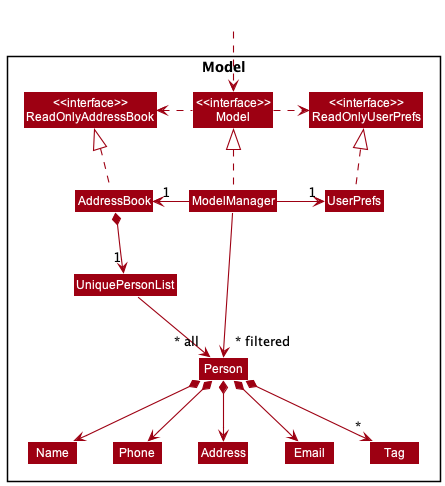
This is docs/images/ModelClassDiagram.png from nus-cs2103-AY2223S1/tp, a PlantUML export, as it was before one commit.
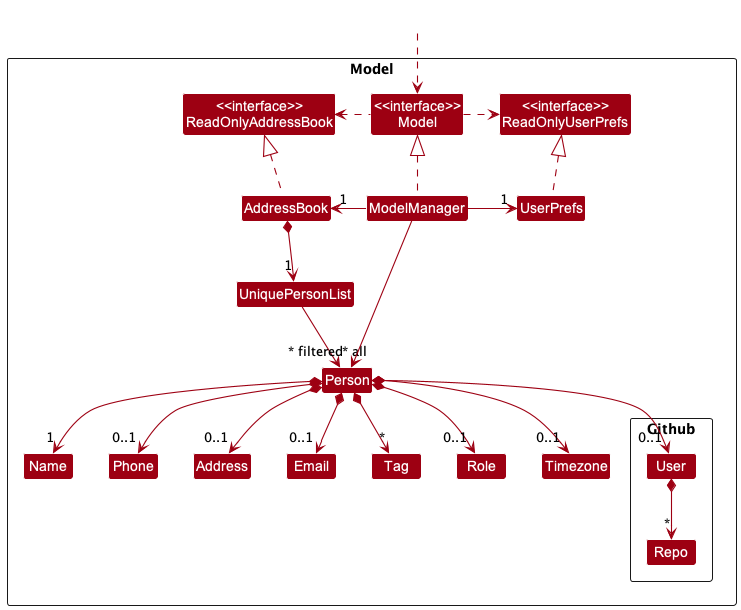
The same file after the commit.

What changed in the source:
```diff
@@ -19,7 +19,13 @@
 Class Name
 Class Phone
 Class Tag
+Class Role
+Class Timezone
 
+Package Github <<Rectangle>>{
+    Class User
+    Class Repo
+}
 }
 
 Class HiddenOutside #FFFFFF
@@ -36,11 +42,15 @@
 
 AddressBook *--> "1" UniquePersonList
 UniquePersonList --> "~* all" Person
-Person *--> Name
-Person *--> Phone
-Person *--> Email
-Person *--> Address
+Person *--> "1" Name
+Person *--> "0..1" Phone
+Person *--> "0..1" Email
+Person *--> "0..1" Address
 Person *--> "*" Tag
+Person *--> "0..1" Role
+Person *--> "0..1" Timezone
+Person *--> "0..1" User
+User *--> "*" Repo
 
 Name -[hidden]right-> Phone
 Phone -[hidden]right-> Address
```
